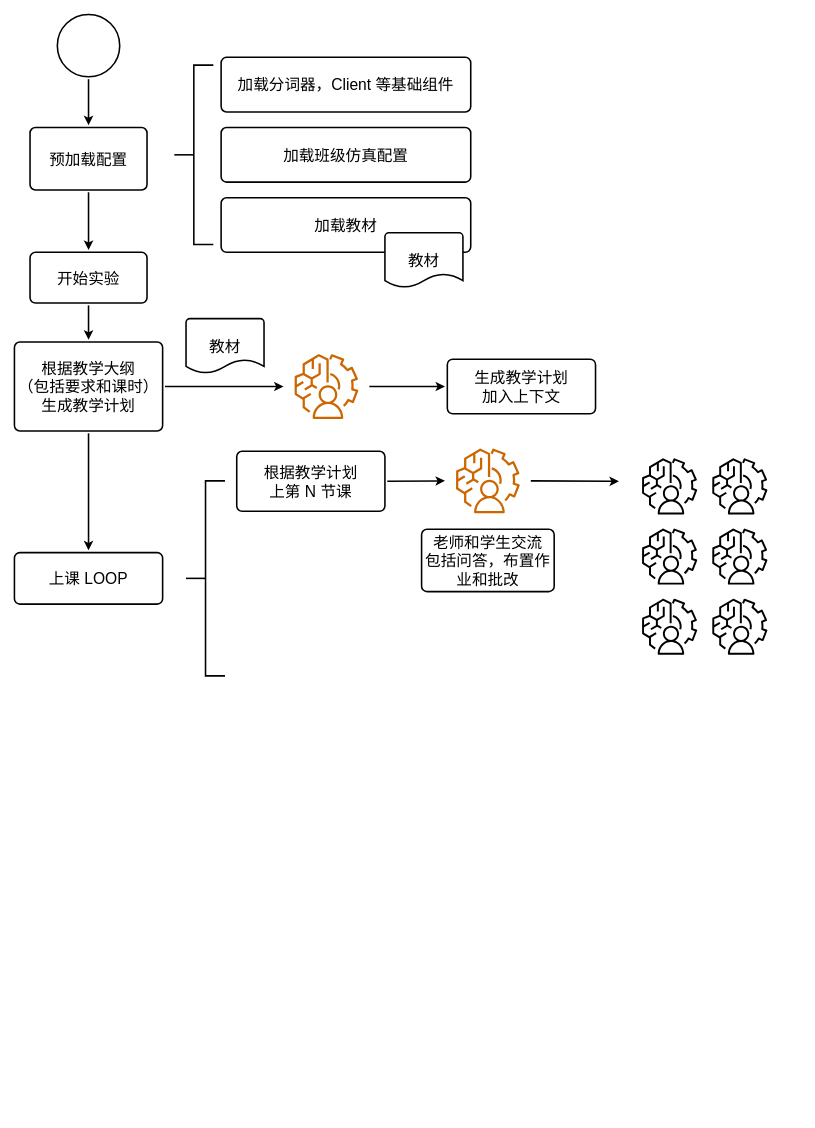
Earlier version of the draw.io diagram 实验流程.drawio (DAWN0ER/ai-class). Source tidied: cells renumbered, new cells numbered last; positions are measured from the earlier drawing's top-left corner, leaving out a move shared by most shapes. Both pictures are drawn from the tidied source at 78%, with x=0, y=0 at pixel (14, 14).
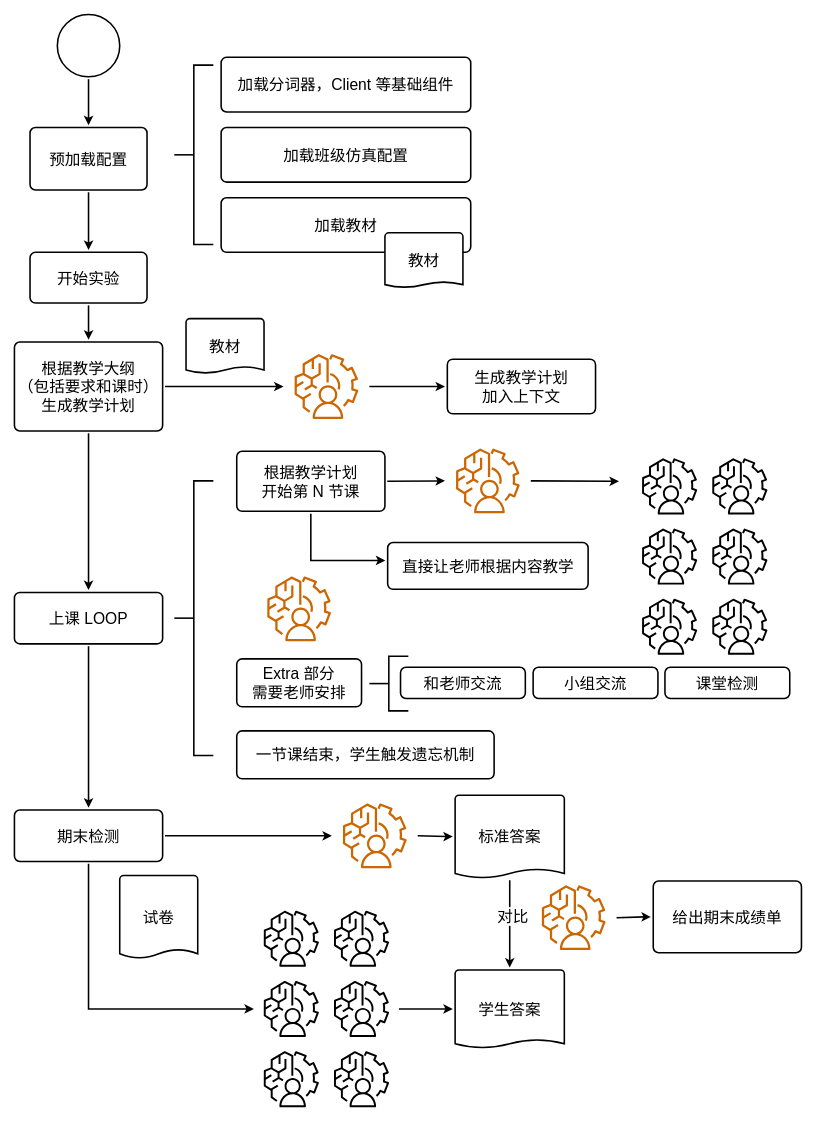
After the change.

Diff of the diagram source:
```diff
@@
-    <mxCell id="14" value="教材" style="strokeWidth=2;html=1;shape=mxgraph.flowchart.document2;whiteSpace=wrap;size=0.25;rounded=1;strokeColor=default;align=center;verticalAlign=middle;fontFamily=Helvetica;fontSize=20;fontColor=default;fillColor=default;" parent="1" vertex="1">
+    <mxCell id="14" value="教材" style="strokeWidth=2;html=1;shape=mxgraph.flowchart.document2;whiteSpace=wrap;size=0.12000078473772322;rounded=1;strokeColor=default;align=center;verticalAlign=middle;fontFamily=Helvetica;fontSize=20;fontColor=default;fillColor=default;" parent="1" vertex="1">
       <mxGeometry x="220" y="390" width="100" height="70" as="geometry" />
     </mxCell>
@@
+    <mxCell id="33" style="edgeStyle=orthogonalEdgeStyle;shape=connector;rounded=0;jumpStyle=arc;jettySize=auto;html=1;labelBackgroundColor=default;strokeColor=default;strokeWidth=2;align=center;verticalAlign=middle;fontFamily=Helvetica;fontSize=20;fontColor=default;endArrow=classic;sourcePerimeterSpacing=3;targetPerimeterSpacing=3;" parent="1" edge="1" source="18" target="44">
+      <mxGeometry relative="1" as="geometry" />
+    </mxCell>
     <mxCell id="18" value="上课 LOOP" style="rounded=1;whiteSpace=wrap;html=1;absoluteArcSize=1;arcSize=14;strokeWidth=2;strokeColor=default;align=center;verticalAlign=middle;fontFamily=Helvetica;fontSize=20;fontColor=default;fillColor=default;" parent="1" vertex="1">
-      <mxGeometry y="690" width="190" height="66" as="geometry" />
+      <mxGeometry y="741" width="190" height="66" as="geometry" />
     </mxCell>
-    <mxCell id="19" value="教材" style="strokeWidth=2;html=1;shape=mxgraph.flowchart.document2;whiteSpace=wrap;size=0.25;rounded=1;strokeColor=default;align=center;verticalAlign=middle;fontFamily=Helvetica;fontSize=20;fontColor=default;fillColor=default;" parent="1" vertex="1">
+    <mxCell id="19" value="教材" style="strokeWidth=2;html=1;shape=mxgraph.flowchart.document2;whiteSpace=wrap;size=0.10285775320870535;rounded=1;strokeColor=default;align=center;verticalAlign=middle;fontFamily=Helvetica;fontSize=20;fontColor=default;fillColor=default;" parent="1" vertex="1">
       <mxGeometry x="475" y="280" width="100" height="70" as="geometry" />
     </mxCell>
     <mxCell id="20" style="strokeWidth=2;html=1;shape=mxgraph.flowchart.annotation_2;align=left;labelPosition=right;rounded=1;strokeColor=default;verticalAlign=middle;fontFamily=Helvetica;fontSize=20;fontColor=default;fillColor=default;" parent="1" vertex="1">
-      <mxGeometry x="220" y="598" width="50" height="250" as="geometry" />
+      <mxGeometry x="205" y="598" width="50" height="352" as="geometry" />
     </mxCell>
@@
+    <mxCell id="34" style="edgeStyle=orthogonalEdgeStyle;shape=connector;rounded=0;jumpStyle=arc;jettySize=auto;html=1;labelBackgroundColor=default;strokeColor=default;strokeWidth=2;align=center;verticalAlign=middle;fontFamily=Helvetica;fontSize=20;fontColor=default;endArrow=classic;sourcePerimeterSpacing=3;targetPerimeterSpacing=3;" parent="1" edge="1" source="23" target="32">
+      <mxGeometry relative="1" as="geometry">
+        <Array as="points">
+          <mxPoint x="380" y="700" />
+        </Array>
+      </mxGeometry>
+    </mxCell>
-    <mxCell id="23" value="根据教学计划&lt;br&gt;上第 N 节课" style="rounded=1;whiteSpace=wrap;html=1;absoluteArcSize=1;arcSize=14;strokeWidth=2;strokeColor=default;align=center;verticalAlign=middle;fontFamily=Helvetica;fontSize=20;fontColor=default;fillColor=default;" parent="1" vertex="1">
+    <mxCell id="23" value="根据教学计划&lt;br&gt;开始第 N 节课" style="rounded=1;whiteSpace=wrap;html=1;absoluteArcSize=1;arcSize=14;strokeWidth=2;strokeColor=default;align=center;verticalAlign=middle;fontFamily=Helvetica;fontSize=20;fontColor=default;fillColor=default;" parent="1" vertex="1">
       <mxGeometry x="285" y="560" width="190" height="77" as="geometry" />
     </mxCell>
@@
-    <mxCell id="32" value="老师和学生交流&lt;br&gt;包括问答，布置作业和批改" style="rounded=1;whiteSpace=wrap;html=1;absoluteArcSize=1;arcSize=14;strokeWidth=2;strokeColor=default;align=center;verticalAlign=middle;fontFamily=Helvetica;fontSize=20;fontColor=default;fillColor=default;" parent="1" vertex="1">
-      <mxGeometry x="522" y="660" width="170" height="80" as="geometry" />
+    <mxCell id="32" value="直接让老师根据内容教学" style="rounded=1;whiteSpace=wrap;html=1;absoluteArcSize=1;arcSize=14;strokeWidth=2;strokeColor=default;align=center;verticalAlign=middle;fontFamily=Helvetica;fontSize=20;fontColor=default;fillColor=default;" parent="1" vertex="1">
+      <mxGeometry x="478.5" y="677" width="257" height="60" as="geometry" />
     </mxCell>
+    <mxCell id="35" value="Extra 部分&lt;br&gt;需要老师安排" style="rounded=1;whiteSpace=wrap;html=1;absoluteArcSize=1;arcSize=14;strokeWidth=2;strokeColor=default;align=center;verticalAlign=middle;fontFamily=Helvetica;fontSize=20;fontColor=default;fillColor=default;" parent="1" vertex="1">
+      <mxGeometry x="285" y="826.2" width="160" height="61.5" as="geometry" />
+    </mxCell>
+    <mxCell id="36" style="strokeWidth=2;html=1;shape=mxgraph.flowchart.annotation_2;align=left;labelPosition=right;rounded=1;strokeColor=default;verticalAlign=middle;fontFamily=Helvetica;fontSize=20;fontColor=default;fillColor=default;" parent="1" vertex="1">
+      <mxGeometry x="455" y="822.9" width="50" height="70" as="geometry" />
+    </mxCell>
+    <mxCell id="37" value="小组交流" style="rounded=1;whiteSpace=wrap;html=1;absoluteArcSize=1;arcSize=14;strokeWidth=2;strokeColor=default;align=center;verticalAlign=middle;fontFamily=Helvetica;fontSize=20;fontColor=default;fillColor=default;" parent="1" vertex="1">
+      <mxGeometry x="665" y="837" width="160" height="40" as="geometry" />
+    </mxCell>
+    <mxCell id="38" value="和老师交流" style="rounded=1;whiteSpace=wrap;html=1;absoluteArcSize=1;arcSize=14;strokeWidth=2;strokeColor=default;align=center;verticalAlign=middle;fontFamily=Helvetica;fontSize=20;fontColor=default;fillColor=default;" parent="1" vertex="1">
+      <mxGeometry x="495" y="837" width="160" height="40" as="geometry" />
+    </mxCell>
+    <mxCell id="39" value="课堂检测" style="rounded=1;whiteSpace=wrap;html=1;absoluteArcSize=1;arcSize=14;strokeWidth=2;strokeColor=default;align=center;verticalAlign=middle;fontFamily=Helvetica;fontSize=20;fontColor=default;fillColor=default;" parent="1" vertex="1">
+      <mxGeometry x="834" y="837" width="160" height="40" as="geometry" />
+    </mxCell>
+    <mxCell id="40" style="sketch=0;fillColor=none;strokeColor=#CC6600;dashed=0;verticalLabelPosition=bottom;verticalAlign=top;align=center;html=1;fontSize=12;fontStyle=0;shape=mxgraph.aws4.resourceIcon;resIcon=mxgraph.aws4.augmented_ai;rounded=1;strokeWidth=2;fontFamily=Helvetica;" parent="1" vertex="1">
+      <mxGeometry x="313" y="710" width="104" height="104" as="geometry" />
+    </mxCell>
+    <mxCell id="41" value="一节课结束，学生触发遗忘机制" style="rounded=1;whiteSpace=wrap;html=1;absoluteArcSize=1;arcSize=14;strokeWidth=2;strokeColor=default;align=center;verticalAlign=middle;fontFamily=Helvetica;fontSize=20;fontColor=default;fillColor=default;" parent="1" vertex="1">
+      <mxGeometry x="285" y="918.5" width="330" height="61.5" as="geometry" />
+    </mxCell>
+    <mxCell id="42" style="edgeStyle=orthogonalEdgeStyle;shape=connector;rounded=0;jumpStyle=arc;jettySize=auto;html=1;labelBackgroundColor=default;strokeColor=default;strokeWidth=2;align=center;verticalAlign=middle;fontFamily=Helvetica;fontSize=20;fontColor=default;endArrow=classic;sourcePerimeterSpacing=3;targetPerimeterSpacing=3;" parent="1" edge="1" source="44" target="53">
+      <mxGeometry relative="1" as="geometry" />
+    </mxCell>
+    <mxCell id="43" style="edgeStyle=orthogonalEdgeStyle;shape=connector;rounded=0;jumpStyle=arc;jettySize=auto;html=1;labelBackgroundColor=default;strokeColor=default;strokeWidth=2;align=center;verticalAlign=middle;fontFamily=Helvetica;fontSize=20;fontColor=default;endArrow=classic;sourcePerimeterSpacing=3;targetPerimeterSpacing=3;" parent="1" edge="1" source="44" target="50">
+      <mxGeometry relative="1" as="geometry">
+        <Array as="points">
+          <mxPoint x="95" y="1275" />
+        </Array>
+      </mxGeometry>
+    </mxCell>
+    <mxCell id="44" value="期末检测" style="rounded=1;whiteSpace=wrap;html=1;absoluteArcSize=1;arcSize=14;strokeWidth=2;strokeColor=default;align=center;verticalAlign=middle;fontFamily=Helvetica;fontSize=20;fontColor=default;fillColor=default;" parent="1" vertex="1">
+      <mxGeometry y="1020" width="190" height="66" as="geometry" />
+    </mxCell>
+    <mxCell id="45" style="sketch=0;fillColor=none;strokeColor=#000000;dashed=0;verticalLabelPosition=bottom;verticalAlign=top;align=center;html=1;fontSize=12;fontStyle=0;shape=mxgraph.aws4.resourceIcon;resIcon=mxgraph.aws4.augmented_ai;rounded=1;strokeWidth=2;fontFamily=Helvetica;" parent="1" vertex="1">
+      <mxGeometry x="400" y="1140" width="90" height="90" as="geometry" />
+    </mxCell>
+    <mxCell id="46" style="sketch=0;fillColor=none;strokeColor=#000000;dashed=0;verticalLabelPosition=bottom;verticalAlign=top;align=center;html=1;fontSize=12;fontStyle=0;shape=mxgraph.aws4.resourceIcon;resIcon=mxgraph.aws4.augmented_ai;rounded=1;strokeWidth=2;fontFamily=Helvetica;" parent="1" vertex="1">
+      <mxGeometry x="310" y="1140" width="90" height="90" as="geometry" />
+    </mxCell>
+    <mxCell id="47" style="sketch=0;fillColor=none;strokeColor=#000000;dashed=0;verticalLabelPosition=bottom;verticalAlign=top;align=center;html=1;fontSize=12;fontStyle=0;shape=mxgraph.aws4.resourceIcon;resIcon=mxgraph.aws4.augmented_ai;rounded=1;strokeWidth=2;fontFamily=Helvetica;" parent="1" vertex="1">
+      <mxGeometry x="400" y="1320" width="90" height="90" as="geometry" />
+    </mxCell>
+    <mxCell id="48" style="edgeStyle=orthogonalEdgeStyle;shape=connector;rounded=0;jumpStyle=arc;jettySize=auto;html=1;labelBackgroundColor=default;strokeColor=default;strokeWidth=2;align=center;verticalAlign=middle;fontFamily=Helvetica;fontSize=20;fontColor=default;endArrow=classic;sourcePerimeterSpacing=3;targetPerimeterSpacing=3;" parent="1" edge="1" source="49" target="58">
+      <mxGeometry relative="1" as="geometry" />
+    </mxCell>
+    <mxCell id="49" style="sketch=0;points=[[0,0,0],[0.25,0,0],[0.5,0,0],[0.75,0,0],[1,0,0],[0,1,0],[0.25,1,0],[0.5,1,0],[0.75,1,0],[1,1,0],[0,0.25,0],[0,0.5,0],[0,0.75,0],[1,0.25,0],[1,0.5,0],[1,0.75,0]];outlineConnect=0;fillColor=none;strokeColor=#000000;dashed=0;verticalLabelPosition=bottom;verticalAlign=top;align=center;html=1;fontSize=12;fontStyle=0;shape=mxgraph.aws4.resourceIcon;resIcon=mxgraph.aws4.augmented_ai;rounded=1;strokeWidth=2;fontFamily=Helvetica;" parent="1" vertex="1">
+      <mxGeometry x="400" y="1230" width="90" height="90" as="geometry" />
+    </mxCell>
+    <mxCell id="50" style="sketch=0;points=[[0,0,0],[0.25,0,0],[0.5,0,0],[0.75,0,0],[1,0,0],[0,1,0],[0.25,1,0],[0.5,1,0],[0.75,1,0],[1,1,0],[0,0.25,0],[0,0.5,0],[0,0.75,0],[1,0.25,0],[1,0.5,0],[1,0.75,0]];outlineConnect=0;fillColor=none;strokeColor=#000000;dashed=0;verticalLabelPosition=bottom;verticalAlign=top;align=center;html=1;fontSize=12;fontStyle=0;shape=mxgraph.aws4.resourceIcon;resIcon=mxgraph.aws4.augmented_ai;rounded=1;strokeWidth=2;fontFamily=Helvetica;" parent="1" vertex="1">
+      <mxGeometry x="310" y="1230" width="90" height="90" as="geometry" />
+    </mxCell>
+    <mxCell id="51" style="sketch=0;fillColor=none;strokeColor=#000000;dashed=0;verticalLabelPosition=bottom;verticalAlign=top;align=center;html=1;fontSize=12;fontStyle=0;shape=mxgraph.aws4.resourceIcon;resIcon=mxgraph.aws4.augmented_ai;rounded=1;strokeWidth=2;fontFamily=Helvetica;" parent="1" vertex="1">
+      <mxGeometry x="310" y="1320" width="90" height="90" as="geometry" />
+    </mxCell>
+    <mxCell id="52" style="edgeStyle=orthogonalEdgeStyle;shape=connector;rounded=0;jumpStyle=arc;jettySize=auto;html=1;labelBackgroundColor=default;strokeColor=default;strokeWidth=2;align=center;verticalAlign=middle;fontFamily=Helvetica;fontSize=20;fontColor=default;endArrow=classic;sourcePerimeterSpacing=3;targetPerimeterSpacing=3;" parent="1" edge="1" source="53" target="57">
+      <mxGeometry relative="1" as="geometry" />
+    </mxCell>
+    <mxCell id="53" style="sketch=0;points=[[0,0,0],[0.25,0,0],[0.5,0,0],[0.75,0,0],[1,0,0],[0,1,0],[0.25,1,0],[0.5,1,0],[0.75,1,0],[1,1,0],[0,0.25,0],[0,0.5,0],[0,0.75,0],[1,0.25,0],[1,0.5,0],[1,0.75,0]];outlineConnect=0;fillColor=none;strokeColor=#CC6600;dashed=0;verticalLabelPosition=bottom;verticalAlign=top;align=center;html=1;fontSize=12;fontStyle=0;shape=mxgraph.aws4.resourceIcon;resIcon=mxgraph.aws4.augmented_ai;rounded=1;strokeWidth=2;fontFamily=Helvetica;" parent="1" vertex="1">
+      <mxGeometry x="410" y="1001" width="104" height="104" as="geometry" />
+    </mxCell>
+    <mxCell id="54" value="试卷" style="strokeWidth=2;html=1;shape=mxgraph.flowchart.document2;whiteSpace=wrap;size=0.10666605631510416;rounded=1;strokeColor=default;align=center;verticalAlign=middle;fontFamily=Helvetica;fontSize=20;fontColor=default;fillColor=default;" parent="1" vertex="1">
+      <mxGeometry x="135" y="1104" width="100" height="106" as="geometry" />
+    </mxCell>
+    <mxCell id="55" style="edgeStyle=orthogonalEdgeStyle;shape=connector;rounded=0;jumpStyle=arc;jettySize=auto;html=1;labelBackgroundColor=default;strokeColor=default;strokeWidth=2;align=center;verticalAlign=middle;fontFamily=Helvetica;fontSize=20;fontColor=default;endArrow=classic;sourcePerimeterSpacing=3;targetPerimeterSpacing=3;" parent="1" edge="1" source="57" target="58">
+      <mxGeometry relative="1" as="geometry" />
+    </mxCell>
+    <mxCell id="56" value="对比" style="edgeLabel;html=1;align=center;verticalAlign=middle;fontSize=20;fontFamily=Helvetica;fontColor=default;" parent="55" vertex="1">
+      <mxGeometry x="-0.19" y="3" relative="1" as="geometry" />
+    </mxCell>
+    <mxCell id="57" value="标准答案" style="strokeWidth=2;html=1;shape=mxgraph.flowchart.document2;whiteSpace=wrap;size=0.10666605631510416;rounded=1;strokeColor=default;align=center;verticalAlign=middle;fontFamily=Helvetica;fontSize=20;fontColor=default;fillColor=default;" parent="1" vertex="1">
+      <mxGeometry x="565" y="1001" width="140" height="106" as="geometry" />
+    </mxCell>
+    <mxCell id="58" value="学生答案" style="strokeWidth=2;html=1;shape=mxgraph.flowchart.document2;whiteSpace=wrap;size=0.10666605631510416;rounded=1;strokeColor=default;align=center;verticalAlign=middle;fontFamily=Helvetica;fontSize=20;fontColor=default;fillColor=default;" parent="1" vertex="1">
+      <mxGeometry x="565" y="1225" width="140" height="100" as="geometry" />
+    </mxCell>
+    <mxCell id="59" style="edgeStyle=orthogonalEdgeStyle;shape=connector;rounded=0;jumpStyle=arc;jettySize=auto;html=1;labelBackgroundColor=default;strokeColor=default;strokeWidth=2;align=center;verticalAlign=middle;fontFamily=Helvetica;fontSize=20;fontColor=default;endArrow=classic;sourcePerimeterSpacing=3;targetPerimeterSpacing=3;" parent="1" edge="1" source="60" target="61">
+      <mxGeometry relative="1" as="geometry" />
+    </mxCell>
+    <mxCell id="60" style="sketch=0;points=[[0,0,0],[0.25,0,0],[0.5,0,0],[0.75,0,0],[1,0,0],[0,1,0],[0.25,1,0],[0.5,1,0],[0.75,1,0],[1,1,0],[0,0.25,0],[0,0.5,0],[0,0.75,0],[1,0.25,0],[1,0.5,0],[1,0.75,0]];outlineConnect=0;fillColor=none;strokeColor=#CC6600;dashed=0;verticalLabelPosition=bottom;verticalAlign=top;align=center;html=1;fontSize=12;fontStyle=0;shape=mxgraph.aws4.resourceIcon;resIcon=mxgraph.aws4.augmented_ai;rounded=1;strokeWidth=2;fontFamily=Helvetica;" parent="1" vertex="1">
+      <mxGeometry x="665" y="1106" width="104" height="104" as="geometry" />
+    </mxCell>
+    <mxCell id="61" value="给出期末成绩单" style="rounded=1;whiteSpace=wrap;html=1;absoluteArcSize=1;arcSize=14;strokeWidth=2;strokeColor=default;align=center;verticalAlign=middle;fontFamily=Helvetica;fontSize=20;fontColor=default;fillColor=default;" parent="1" vertex="1">
+      <mxGeometry x="819" y="1111" width="190" height="92" as="geometry" />
+    </mxCell>
```
